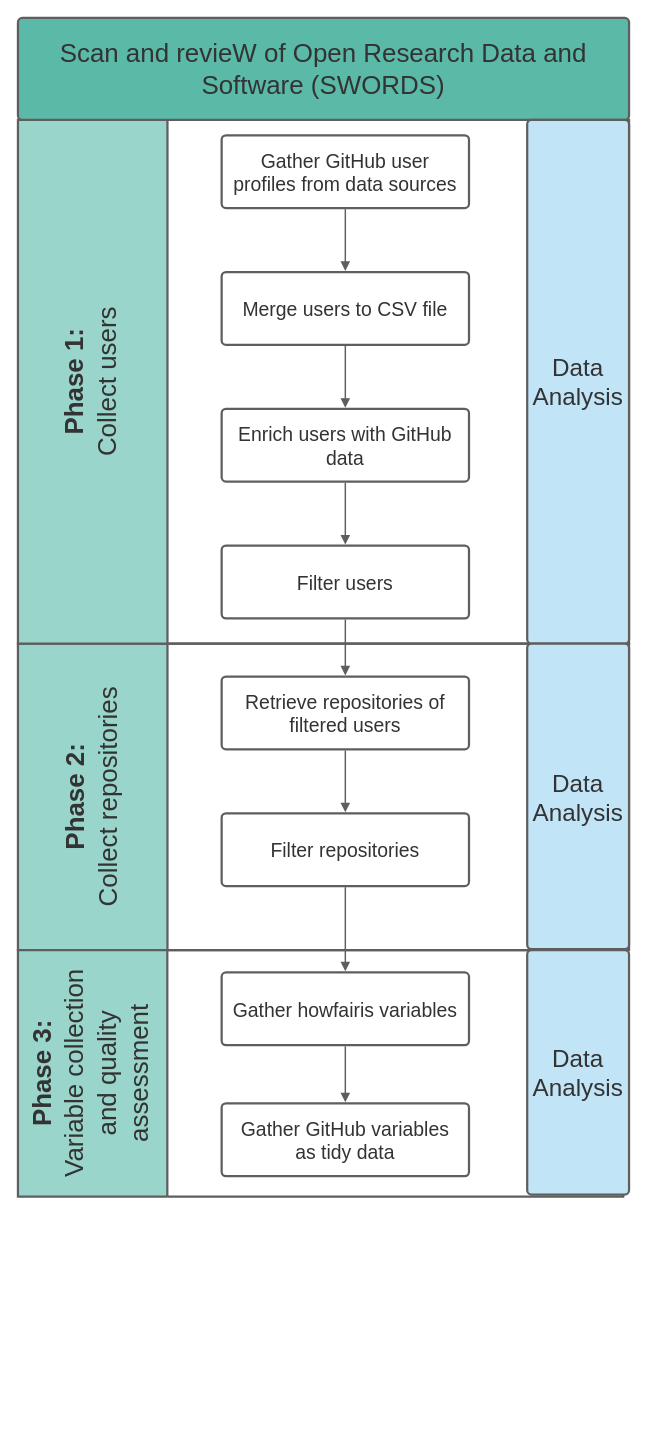
Above: page "all_phases" (1 of 4) of docs/SWORDS.drawio.xml in UtrechtUniversity/SWORDS-UU (draw.io), before the change. Source tidied: cells renumbered, new cells numbered last; positions are measured from the earlier drawing's top-left corner, leaving out a move shared by most shapes. Both pictures are drawn from the tidied source at 97%, with x=0, y=0 at pixel (17, 17).
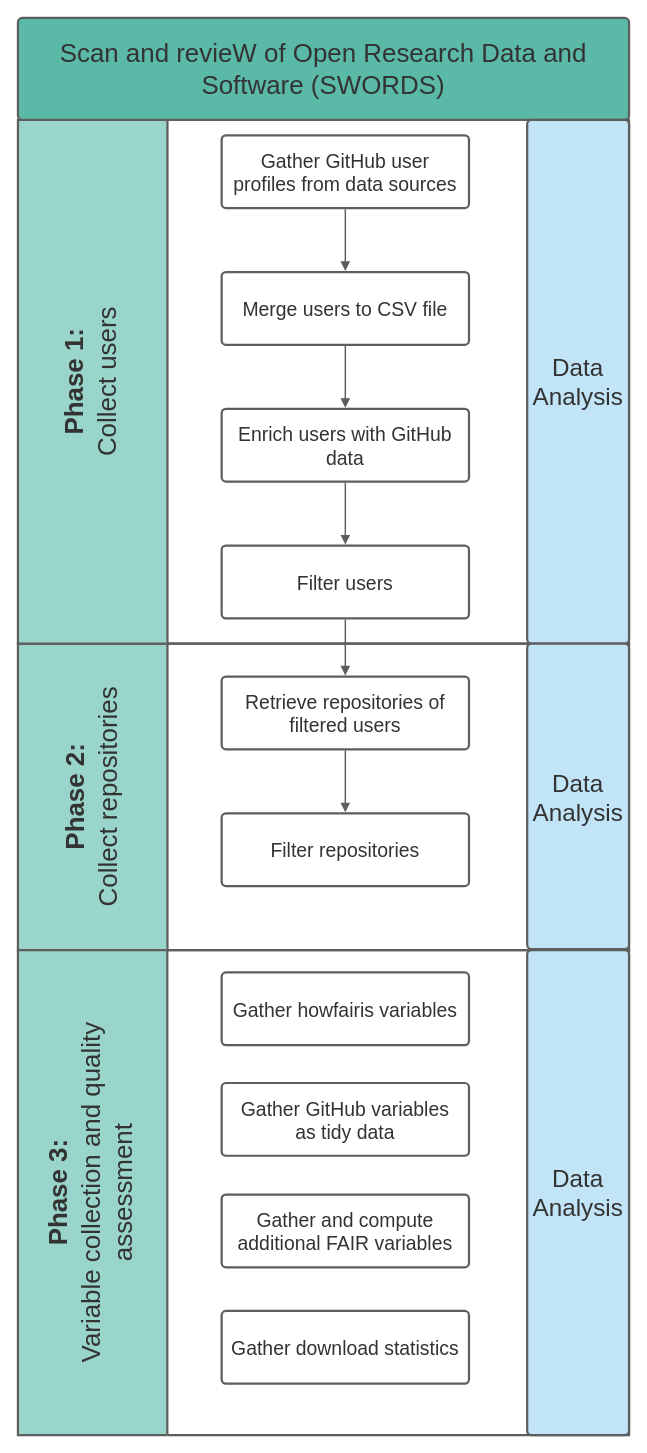
The same page after the edit.

Unchanged cells that the change refers to:
```xml
<mxCell id="17" value="Gather howfairis variables" style="html=1;overflow=block;blockSpacing=1;whiteSpace=wrap;fontSize=20;fontColor=#333333;spacing=9;strokeColor=#5e5e5e;strokeOpacity=100;rounded=1;absoluteArcSize=1;arcSize=9;strokeWidth=2.3;" parent="1" vertex="1">
  <mxGeometry x="210" y="984" width="255" height="75" as="geometry" />
</mxCell>
<mxCell id="21" value="Filter repositories" style="html=1;overflow=block;blockSpacing=1;whiteSpace=wrap;fontSize=20;fontColor=#333333;spacing=9;strokeColor=#5e5e5e;strokeOpacity=100;rounded=1;absoluteArcSize=1;arcSize=9;strokeWidth=2.3;" parent="1" vertex="1">
  <mxGeometry x="210" y="820" width="255" height="75" as="geometry" />
</mxCell>
```

What changed in the source:
```diff
@@
     <mxCell id="4" style="fillColor=none;strokeColor=none;fontStyle=0;html=1;whiteSpace=wrap;fontSize=13;spacing=0;strokeOpacity=100;fillOpacity=100;rounded=1;absoluteArcSize=1;arcSize=9;horizontal=0;strokeWidth=2.3;" parent="1" vertex="1">
-      <mxGeometry y="961" width="624" height="254.1" as="geometry" />
+      <mxGeometry y="961" width="630" height="500" as="geometry" />
     </mxCell>
     <mxCell id="5" value="&lt;div style=&quot;display: flex; justify-content: center; text-align: center; align-items: baseline; font-size: 0; line-height: 1.25;margin-top: -2px;&quot;&gt;&lt;span&gt;&lt;span style=&quot;font-size:26.7px;color:#333333;font-weight: bold;&quot;&gt;Phase 3:&lt;/span&gt;&lt;span style=&quot;font-size:26.7px;color:#333333;&quot;&gt;&#10;Variable collection and quality assessment&lt;/span&gt;&lt;/span&gt;&lt;/div&gt;" style="swimlane;html=1;whiteSpace=wrap;fontStyle=0;startSize=154;rounded=0;horizontal=0;overflow=block;blockSpacing=1;spacing=0;strokeColor=#5e5e5e;strokeOpacity=100;fillOpacity=100;fillColor=#99d5ca;strokeWidth=2.3;fontSize=13;" parent="4" vertex="1">
-      <mxGeometry width="624" height="254.1" as="geometry" />
+      <mxGeometry width="630" height="500" as="geometry" />
     </mxCell>
@@
     <mxCell id="18" value="Gather GitHub variables as tidy data" style="html=1;overflow=block;blockSpacing=1;whiteSpace=wrap;fontSize=20;fontColor=#333333;spacing=9;strokeColor=#5e5e5e;strokeOpacity=100;rounded=1;absoluteArcSize=1;arcSize=9;strokeWidth=2.3;" parent="1" vertex="1">
-      <mxGeometry x="210" y="1119" width="255" height="75" as="geometry" />
+      <mxGeometry x="210" y="1098" width="255" height="75" as="geometry" />
     </mxCell>
-    <mxCell id="19" style="html=1;jettySize=18;whiteSpace=wrap;overflow=block;blockSpacing=1;fontSize=13;strokeColor=#5E5E5E;strokeWidth=1.5;rounded=1;arcSize=12;edgeStyle=orthogonalEdgeStyle;startArrow=none;endArrow=block;endFill=1;exitX=0.5;exitY=1.015;exitPerimeter=0;entryX=0.5;entryY=-0.015;entryPerimeter=0;" parent="1" edge="1" source="17" target="18">
-      <mxGeometry relative="1" as="geometry" />
-    </mxCell>
@@
-    <mxCell id="23" style="html=1;jettySize=18;whiteSpace=wrap;overflow=block;blockSpacing=1;fontSize=13;strokeColor=#5E5E5E;strokeWidth=1.5;rounded=1;arcSize=12;edgeStyle=orthogonalEdgeStyle;startArrow=none;endArrow=block;endFill=1;exitX=0.5;exitY=1.015;exitPerimeter=0;entryX=0.5;entryY=-0.015;entryPerimeter=0;" parent="1" edge="1" source="21" target="17">
-      <mxGeometry relative="1" as="geometry" />
-    </mxCell>
@@
     <mxCell id="26" value="Data Analysis" style="html=1;overflow=block;blockSpacing=1;whiteSpace=wrap;fontSize=25;fontColor=#333333;spacing=3.8;strokeColor=#5e5e5e;strokeOpacity=100;fillOpacity=100;rounded=1;absoluteArcSize=1;arcSize=9;fillColor=#c1e4f7;strokeWidth=2.3;" parent="1" vertex="1">
-      <mxGeometry x="525" y="961" width="105" height="252" as="geometry" />
+      <mxGeometry x="525" y="961" width="105" height="500" as="geometry" />
     </mxCell>
+    <mxCell id="27" value="Gather download statistics" style="html=1;overflow=block;blockSpacing=1;whiteSpace=wrap;fontSize=20;fontColor=#333333;spacing=9;strokeColor=#5e5e5e;strokeOpacity=100;rounded=1;absoluteArcSize=1;arcSize=9;strokeWidth=2.3;" parent="1" vertex="1">
+      <mxGeometry x="210" y="1333" width="255" height="75" as="geometry" />
+    </mxCell>
+    <mxCell id="28" value="Gather and compute additional FAIR variables" style="html=1;overflow=block;blockSpacing=1;whiteSpace=wrap;fontSize=20;fontColor=#333333;spacing=9;strokeColor=#5e5e5e;strokeOpacity=100;rounded=1;absoluteArcSize=1;arcSize=9;strokeWidth=2.3;" parent="1" vertex="1">
+      <mxGeometry x="210" y="1213" width="255" height="75" as="geometry" />
+    </mxCell>
```
